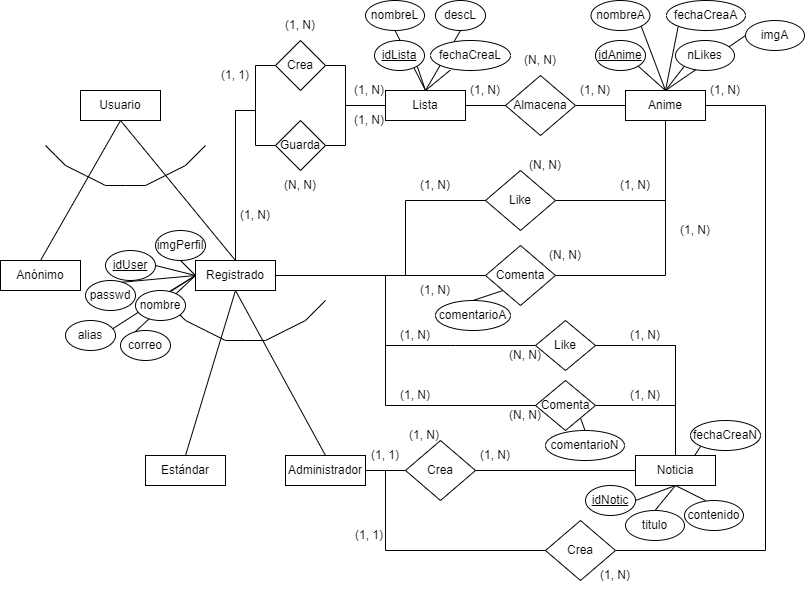
Above: YumeanimeE-R.png in raulfarce01/yumeanime (draw.io), before the change. Source tidied: cells renumbered, new cells last; positions are measured from the earlier drawing's top-left corner, leaving out a move shared by most shapes.
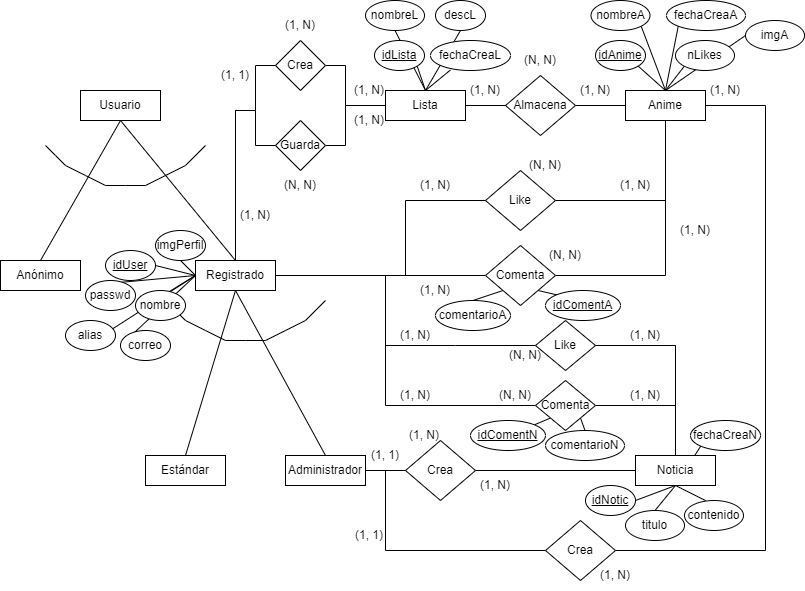
Above is the later version.

Change to the diagram source:
```diff
@@ -245,7 +245,7 @@
       <mxGeometry x="510" y="45" width="60" height="30" as="geometry" />
     </mxCell>
     <mxCell id="57" value="(1, N)" style="text;html=1;strokeColor=none;fillColor=none;align=center;verticalAlign=middle;whiteSpace=wrap;rounded=0;" parent="1" vertex="1">
-      <mxGeometry x="465" y="440" width="60" height="30" as="geometry" />
+      <mxGeometry x="465" y="470" width="60" height="30" as="geometry" />
     </mxCell>
     <mxCell id="58" value="(1, 1)" style="text;html=1;strokeColor=none;fillColor=none;align=center;verticalAlign=middle;whiteSpace=wrap;rounded=0;" parent="1" vertex="1">
       <mxGeometry x="355" y="440" width="60" height="30" as="geometry" />
@@ -306,6 +306,9 @@
     <mxCell id="72" style="rounded=0;jettySize=auto;html=1;exitX=0;exitY=1;exitDx=0;exitDy=0;entryX=0.5;entryY=0;entryDx=0;entryDy=0;endArrow=none;endFill=0;" parent="1" edge="1" source="73" target="111">
       <mxGeometry relative="1" as="geometry" />
     </mxCell>
+    <mxCell id="113" style="rounded=0;jettySize=auto;html=1;exitX=1;exitY=1;exitDx=0;exitDy=0;entryX=0;entryY=0;entryDx=0;entryDy=0;endArrow=none;endFill=0;" parent="1" edge="1" source="73" target="115">
+      <mxGeometry relative="1" as="geometry" />
+    </mxCell>
     <mxCell id="73" value="Comenta" style="rhombus;whiteSpace=wrap;html=1;" parent="1" vertex="1">
       <mxGeometry x="485" y="245" width="70" height="60" as="geometry" />
     </mxCell>
@@ -355,6 +358,9 @@
     <mxCell id="84" style="edgeStyle=none;rounded=0;jettySize=auto;html=1;exitX=1;exitY=1;exitDx=0;exitDy=0;entryX=0.5;entryY=0;entryDx=0;entryDy=0;endArrow=none;endFill=0;" parent="1" edge="1" source="85" target="112">
       <mxGeometry relative="1" as="geometry" />
     </mxCell>
+    <mxCell id="114" style="edgeStyle=none;rounded=0;jettySize=auto;html=1;exitX=0;exitY=1;exitDx=0;exitDy=0;endArrow=none;endFill=0;" parent="1" edge="1" source="85" target="116">
+      <mxGeometry relative="1" as="geometry" />
+    </mxCell>
     <mxCell id="85" value="Comenta" style="rhombus;whiteSpace=wrap;html=1;" parent="1" vertex="1">
       <mxGeometry x="535" y="380" width="60" height="50" as="geometry" />
     </mxCell>
@@ -379,7 +385,7 @@
       <mxGeometry x="495" y="340" width="60" height="30" as="geometry" />
     </mxCell>
     <mxCell id="92" value="(N, N)" style="text;html=1;strokeColor=none;fillColor=none;align=center;verticalAlign=middle;whiteSpace=wrap;rounded=0;" parent="1" vertex="1">
-      <mxGeometry x="495" y="400" width="60" height="30" as="geometry" />
+      <mxGeometry x="485" y="380" width="60" height="30" as="geometry" />
     </mxCell>
     <mxCell id="93" style="edgeStyle=none;rounded=0;jettySize=auto;html=1;exitX=1;exitY=0.5;exitDx=0;exitDy=0;entryX=1;entryY=0.5;entryDx=0;entryDy=0;endArrow=none;endFill=0;strokeColor=default;" parent="1" edge="1" source="94" target="31">
       <mxGeometry relative="1" as="geometry">
@@ -446,5 +452,11 @@
     <mxCell id="112" value="comentarioN" style="ellipse;whiteSpace=wrap;html=1;" parent="1" vertex="1">
       <mxGeometry x="545" y="430" width="79" height="30" as="geometry" />
     </mxCell>
+    <mxCell id="115" value="&lt;u&gt;idComentA&lt;/u&gt;" style="ellipse;whiteSpace=wrap;html=1;" parent="1" vertex="1">
+      <mxGeometry x="545" y="290" width="75" height="30" as="geometry" />
+    </mxCell>
+    <mxCell id="116" value="&lt;u&gt;idComentN&lt;/u&gt;" style="ellipse;whiteSpace=wrap;html=1;" parent="1" vertex="1">
+      <mxGeometry x="470" y="420" width="75" height="30" as="geometry" />
+    </mxCell>
   </root>
 </mxGraphModel>
```
